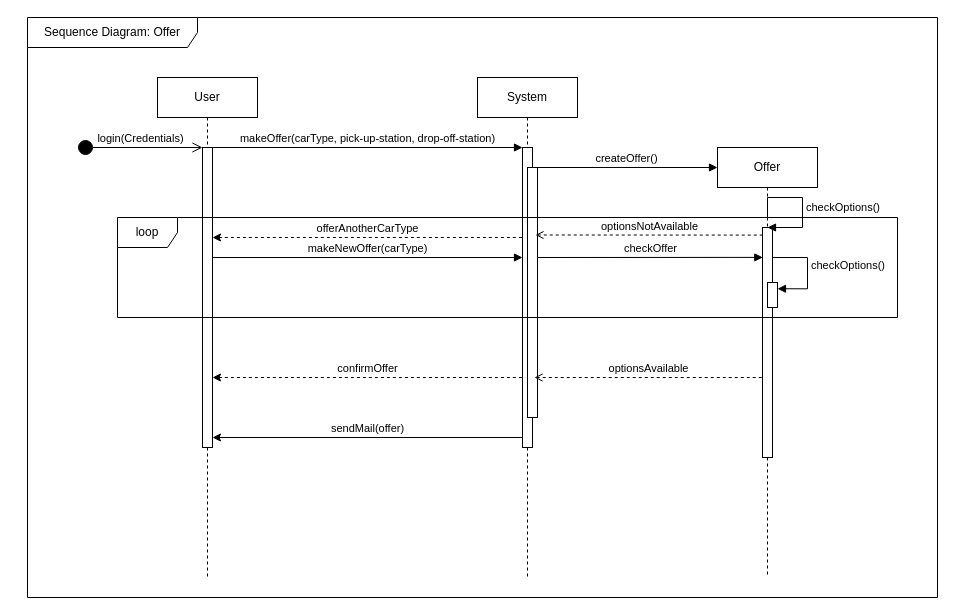
Lenni528/UMLions keeps this draw.io diagram as diagrams/B1/B1_Offer.drawio. Above is the earlier version. Source tidied: cells renumbered, new cells numbered last; positions are measured from the earlier drawing's top-left corner, leaving out a move shared by most shapes. Both pictures are drawn from the tidied source at 100%, with x=0, y=0 at pixel (27, 17).
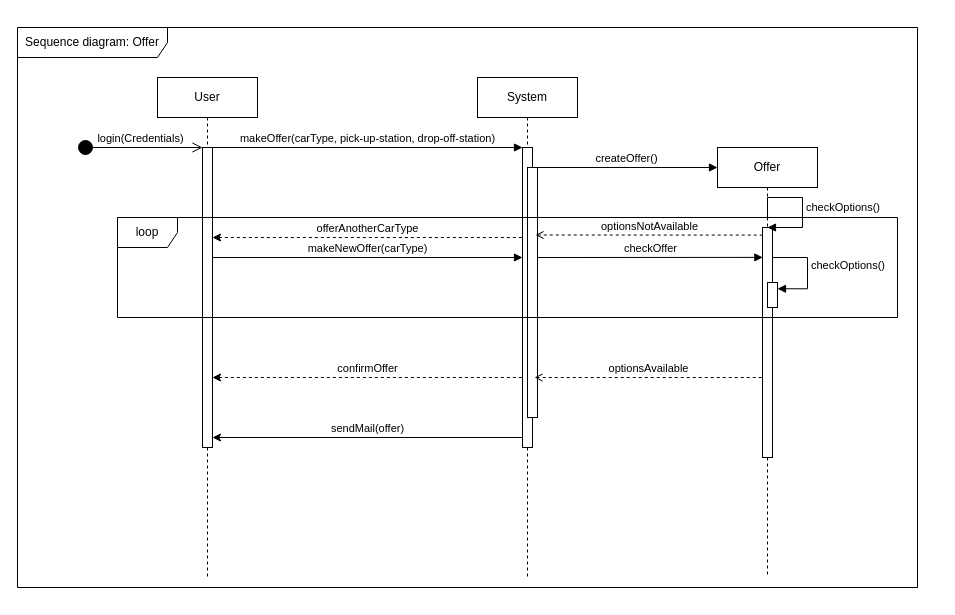
The same page after the edit.

The edit, as a diff of the source:
```diff
@@
-    <mxCell id="23" value="Sequence Diagram: Offer" style="shape=umlFrame;whiteSpace=wrap;html=1;width=170;height=30;" parent="1" vertex="1">
-      <mxGeometry width="910" height="580" as="geometry" />
-    </mxCell>
+    <mxCell id="24" value="Sequence diagram: Offer" style="shape=umlFrame;whiteSpace=wrap;html=1;width=150;height=30;" parent="1" vertex="1">
+      <mxGeometry x="-10" y="10" width="900" height="560" as="geometry" />
+    </mxCell>
```
